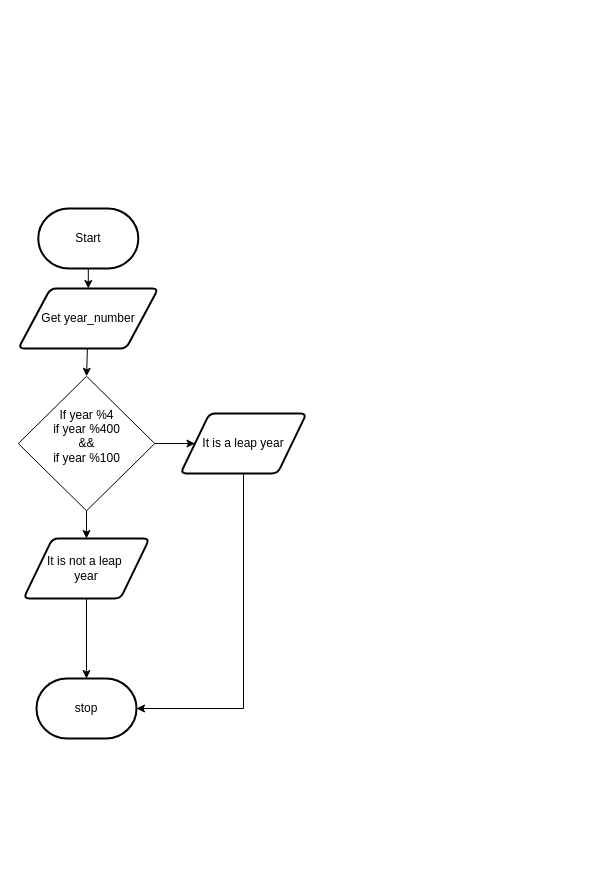
JacksonNaufal/ICS3U-Unit3-07-Python keeps this draw.io diagram as FlowChart3-07FIXED.Drawio. Above is the earlier version. Source tidied: cells renumbered, new cells numbered last; positions are measured from the earlier drawing's top-left corner, leaving out a move shared by most shapes. Both pictures are drawn from the tidied source at 100%, with x=0, y=0 at pixel (18, 208).
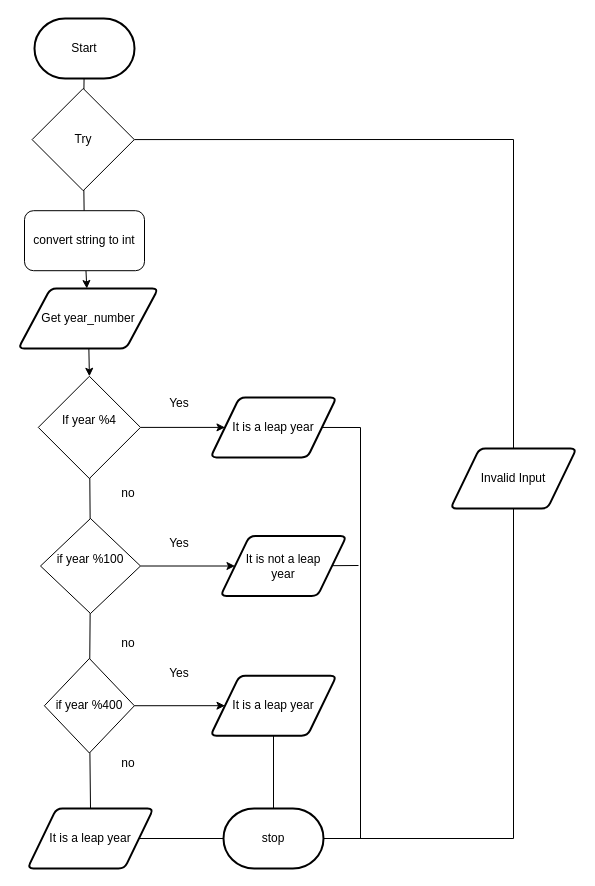
After the change.

The change refers to these unchanged cells:
```xml
<mxCell id="5" value="Get year_number" style="shape=parallelogram;html=1;strokeWidth=2;perimeter=parallelogramPerimeter;whiteSpace=wrap;rounded=1;arcSize=12;size=0.23;" parent="1" vertex="1">
  <mxGeometry x="-0.2" y="80" width="140" height="60" as="geometry" />
</mxCell>
```

Change to the diagram source:
```diff
@@
-    <mxCell id="2" style="edgeStyle=none;html=1;" parent="1" edge="1" source="3" target="5">
+    <mxCell id="2" style="edgeStyle=none;html=1;startArrow=none;" parent="1" edge="1" source="31" target="5">
       <mxGeometry relative="1" as="geometry" />
     </mxCell>
     <mxCell id="3" value="Start" style="strokeWidth=2;html=1;shape=mxgraph.flowchart.terminator;whiteSpace=wrap;" parent="1" vertex="1">
-      <mxGeometry x="19.8" width="100" height="60" as="geometry" />
+      <mxGeometry x="16" y="-190" width="100" height="60" as="geometry" />
     </mxCell>
@@
-    <mxCell id="6" style="edgeStyle=none;html=1;entryX=0.5;entryY=0;entryDx=0;entryDy=0;entryPerimeter=0;" parent="1" edge="1" source="8" target="9">
-      <mxGeometry relative="1" as="geometry" />
-    </mxCell>
-    <mxCell id="7" style="edgeStyle=none;html=1;exitX=0.5;exitY=0;exitDx=0;exitDy=0;" parent="1" edge="1" source="8">
-      <mxGeometry relative="1" as="geometry">
-        <mxPoint x="62" y="380" as="targetPoint" />
-      </mxGeometry>
-    </mxCell>
-    <mxCell id="8" value="It is not a leap&amp;nbsp;&lt;br&gt;year" style="shape=parallelogram;html=1;strokeWidth=2;perimeter=parallelogramPerimeter;whiteSpace=wrap;rounded=1;arcSize=12;size=0.23;" parent="1" vertex="1">
-      <mxGeometry x="5" y="330" width="126" height="60" as="geometry" />
-    </mxCell>
     <mxCell id="9" value="stop" style="strokeWidth=2;html=1;shape=mxgraph.flowchart.terminator;whiteSpace=wrap;rounded=1;" parent="1" vertex="1">
-      <mxGeometry x="18" y="470" width="100" height="60" as="geometry" />
+      <mxGeometry x="205" y="600" width="100" height="60" as="geometry" />
     </mxCell>
-    <mxCell id="10" style="edgeStyle=none;html=1;" parent="1" edge="1" source="12" target="8">
-      <mxGeometry relative="1" as="geometry" />
-    </mxCell>
@@
-    <mxCell id="12" value="&lt;br&gt;If year %4&lt;br&gt;if year %400&lt;br&gt;&amp;amp;&amp;amp;&lt;br&gt;if year %100&lt;br&gt;&lt;br&gt;&amp;nbsp;" style="rhombus;whiteSpace=wrap;html=1;" parent="1" vertex="1">
-      <mxGeometry x="-0.2" y="167.8" width="136.5" height="134.5" as="geometry" />
+    <mxCell id="12" value="&lt;br&gt;If year %4&lt;br&gt;&lt;br&gt;&amp;nbsp;" style="rhombus;whiteSpace=wrap;html=1;" parent="1" vertex="1">
+      <mxGeometry x="19.8" y="167.8" width="102.2" height="102.2" as="geometry" />
     </mxCell>
+    <mxCell id="14" value="It is a leap year" style="shape=parallelogram;html=1;strokeWidth=2;perimeter=parallelogramPerimeter;whiteSpace=wrap;rounded=1;arcSize=12;size=0.23;" parent="1" vertex="1">
+      <mxGeometry x="192" y="188.9" width="126" height="60" as="geometry" />
+    </mxCell>
+    <mxCell id="15" style="edgeStyle=none;rounded=0;html=1;entryX=0;entryY=0.5;entryDx=0;entryDy=0;" parent="1" edge="1" source="17" target="27">
+      <mxGeometry relative="1" as="geometry" />
+    </mxCell>
+    <mxCell id="16" style="edgeStyle=none;rounded=0;html=1;entryX=0.5;entryY=0;entryDx=0;entryDy=0;endArrow=none;endFill=0;" parent="1" edge="1" source="17" target="38">
+      <mxGeometry relative="1" as="geometry" />
+    </mxCell>
+    <mxCell id="17" value="&lt;br&gt;&lt;br&gt;&lt;br&gt;if year %400&lt;br&gt;&lt;br&gt;&lt;br&gt;&amp;nbsp;" style="rhombus;whiteSpace=wrap;html=1;" parent="1" vertex="1">
+      <mxGeometry x="25.9" y="450" width="90" height="94.5" as="geometry" />
+    </mxCell>
+    <mxCell id="18" style="edgeStyle=none;html=1;endArrow=none;startArrow=none;" parent="1" edge="1" source="21" target="17">
+      <mxGeometry relative="1" as="geometry" />
+    </mxCell>
+    <mxCell id="19" value="Yes" style="text;html=1;strokeColor=none;fillColor=none;align=center;verticalAlign=middle;whiteSpace=wrap;rounded=0;" parent="1" vertex="1">
+      <mxGeometry x="131" y="180" width="60" height="30" as="geometry" />
+    </mxCell>
+    <mxCell id="20" style="edgeStyle=none;rounded=0;html=1;entryX=0;entryY=0.5;entryDx=0;entryDy=0;" parent="1" edge="1" source="21" target="8">
+      <mxGeometry relative="1" as="geometry" />
+    </mxCell>
+    <mxCell id="21" value="&lt;br&gt;if year %100&lt;br&gt;&lt;br&gt;&amp;nbsp;" style="rhombus;whiteSpace=wrap;html=1;" parent="1" vertex="1">
+      <mxGeometry x="22" y="310" width="100" height="95" as="geometry" />
+    </mxCell>
+    <mxCell id="22" style="edgeStyle=none;html=1;endArrow=none;" parent="1" edge="1" source="12" target="21">
+      <mxGeometry relative="1" as="geometry" />
+    </mxCell>
+    <mxCell id="23" value="Yes" style="text;html=1;strokeColor=none;fillColor=none;align=center;verticalAlign=middle;whiteSpace=wrap;rounded=0;" parent="1" vertex="1">
+      <mxGeometry x="131" y="320" width="60" height="30" as="geometry" />
+    </mxCell>
+    <mxCell id="24" style="edgeStyle=none;rounded=0;html=1;endArrow=none;endFill=0;" parent="1" edge="1" source="8">
+      <mxGeometry relative="1" as="geometry">
+        <mxPoint x="340" y="357" as="targetPoint" />
+      </mxGeometry>
+    </mxCell>
+    <mxCell id="8" value="It is not a leap &lt;br&gt;year" style="shape=parallelogram;html=1;strokeWidth=2;perimeter=parallelogramPerimeter;whiteSpace=wrap;rounded=1;arcSize=12;size=0.23;" parent="1" vertex="1">
+      <mxGeometry x="202" y="327.5" width="126" height="60" as="geometry" />
+    </mxCell>
+    <mxCell id="25" value="Yes" style="text;html=1;strokeColor=none;fillColor=none;align=center;verticalAlign=middle;whiteSpace=wrap;rounded=0;" parent="1" vertex="1">
+      <mxGeometry x="131" y="450" width="60" height="30" as="geometry" />
+    </mxCell>
+    <mxCell id="26" style="edgeStyle=none;rounded=0;html=1;entryX=0.5;entryY=0;entryDx=0;entryDy=0;entryPerimeter=0;endArrow=none;endFill=0;" parent="1" edge="1" source="27" target="9">
+      <mxGeometry relative="1" as="geometry" />
+    </mxCell>
+    <mxCell id="27" value="It is a leap year" style="shape=parallelogram;html=1;strokeWidth=2;perimeter=parallelogramPerimeter;whiteSpace=wrap;rounded=1;arcSize=12;size=0.23;" parent="1" vertex="1">
+      <mxGeometry x="192" y="467.2" width="126" height="60" as="geometry" />
+    </mxCell>
-    <mxCell id="13" style="edgeStyle=none;html=1;entryX=1;entryY=0.5;entryDx=0;entryDy=0;entryPerimeter=0;rounded=0;" parent="1" edge="1" source="14" target="9">
+    <mxCell id="13" style="edgeStyle=none;html=1;rounded=0;endArrow=none;entryX=1;entryY=0.5;entryDx=0;entryDy=0;entryPerimeter=0;" parent="1" edge="1" source="14" target="9">
       <mxGeometry relative="1" as="geometry">
         <Array as="points">
-          <mxPoint x="225" y="500" />
+          <mxPoint x="342" y="219" />
+          <mxPoint x="342" y="630" />
         </Array>
       </mxGeometry>
     </mxCell>
-    <mxCell id="14" value="It is a leap year" style="shape=parallelogram;html=1;strokeWidth=2;perimeter=parallelogramPerimeter;whiteSpace=wrap;rounded=1;arcSize=12;size=0.23;" parent="1" vertex="1">
-      <mxGeometry x="162" y="205" width="126" height="60" as="geometry" />
-    </mxCell>
+    <mxCell id="28" style="edgeStyle=none;rounded=0;html=1;entryX=0.5;entryY=0;entryDx=0;entryDy=0;endArrow=none;endFill=0;" parent="1" edge="1" source="29" target="34">
+      <mxGeometry relative="1" as="geometry">
+        <Array as="points">
+          <mxPoint x="495" y="-69" />
+        </Array>
+      </mxGeometry>
+    </mxCell>
+    <mxCell id="29" value="Try" style="rhombus;whiteSpace=wrap;html=1;" parent="1" vertex="1">
+      <mxGeometry x="13.6" y="-120" width="102.2" height="102.2" as="geometry" />
+    </mxCell>
+    <mxCell id="30" style="edgeStyle=none;html=1;endArrow=none;" parent="1" edge="1" source="3" target="29">
+      <mxGeometry relative="1" as="geometry" />
+    </mxCell>
+    <mxCell id="31" value="convert string to int" style="rounded=1;whiteSpace=wrap;html=1;" parent="1" vertex="1">
+      <mxGeometry x="6" y="2.2" width="120" height="60" as="geometry" />
+    </mxCell>
+    <mxCell id="32" style="edgeStyle=none;html=1;startArrow=none;endArrow=none;" parent="1" edge="1" source="29" target="31">
+      <mxGeometry relative="1" as="geometry" />
+    </mxCell>
+    <mxCell id="33" style="edgeStyle=none;rounded=0;html=1;entryX=1;entryY=0.5;entryDx=0;entryDy=0;entryPerimeter=0;endArrow=none;endFill=0;" parent="1" edge="1" source="34" target="9">
+      <mxGeometry relative="1" as="geometry">
+        <Array as="points">
+          <mxPoint x="495" y="630" />
+        </Array>
+      </mxGeometry>
+    </mxCell>
+    <mxCell id="34" value="Invalid Input" style="shape=parallelogram;html=1;strokeWidth=2;perimeter=parallelogramPerimeter;whiteSpace=wrap;rounded=1;arcSize=12;size=0.23;" parent="1" vertex="1">
+      <mxGeometry x="432" y="240" width="126" height="60" as="geometry" />
+    </mxCell>
+    <mxCell id="35" value="no" style="text;html=1;strokeColor=none;fillColor=none;align=center;verticalAlign=middle;whiteSpace=wrap;rounded=0;" parent="1" vertex="1">
+      <mxGeometry x="79.8" y="270" width="60" height="30" as="geometry" />
+    </mxCell>
+    <mxCell id="36" value="no" style="text;html=1;strokeColor=none;fillColor=none;align=center;verticalAlign=middle;whiteSpace=wrap;rounded=0;" parent="1" vertex="1">
+      <mxGeometry x="79.8" y="420" width="60" height="30" as="geometry" />
+    </mxCell>
+    <mxCell id="37" style="edgeStyle=none;rounded=0;html=1;entryX=0;entryY=0.5;entryDx=0;entryDy=0;entryPerimeter=0;endArrow=none;endFill=0;" parent="1" edge="1" source="38" target="9">
+      <mxGeometry relative="1" as="geometry" />
+    </mxCell>
+    <mxCell id="38" value="It is a leap year" style="shape=parallelogram;html=1;strokeWidth=2;perimeter=parallelogramPerimeter;whiteSpace=wrap;rounded=1;arcSize=12;size=0.23;" parent="1" vertex="1">
+      <mxGeometry x="9" y="600" width="126" height="60" as="geometry" />
+    </mxCell>
+    <mxCell id="39" value="no" style="text;html=1;strokeColor=none;fillColor=none;align=center;verticalAlign=middle;whiteSpace=wrap;rounded=0;" parent="1" vertex="1">
+      <mxGeometry x="79.8" y="540" width="60" height="30" as="geometry" />
+    </mxCell>
```
